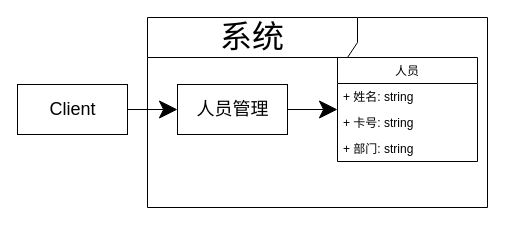
The draw.io diagram packages/再看设计原则/开闭原则/人员继承（前）.drawio in yyc-git/3DProgramPattern, before the edit. Source tidied: cells renumbered, new cells numbered last; positions are measured from the earlier drawing's top-left corner, leaving out a move shared by most shapes. Both pictures are drawn from the tidied source at 100%, with x=0, y=0 at pixel (17, 17).
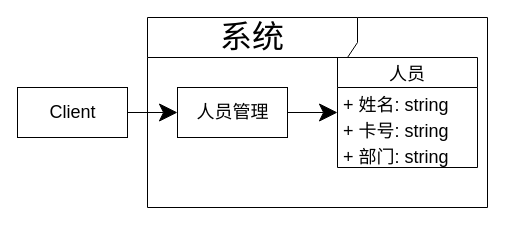
The same diagram, later.

Change to the diagram source:
```diff
@@
 <mxGraphModel>
   <root>
     <mxCell id="0" />
     <mxCell id="1" parent="0" />
     <mxCell id="2" value="&lt;font style=&quot;font-size: 32px&quot;&gt;系统&lt;/font&gt;" style="shape=umlFrame;whiteSpace=wrap;html=1;width=210;height=40;fontSize=32;" parent="1" vertex="1">
       <mxGeometry x="130" width="340" height="190" as="geometry" />
     </mxCell>
-    <mxCell id="3" value="人员" style="swimlane;fontStyle=0;horizontal=1;startSize=26;fillColor=none;" parent="1" vertex="1">
-      <mxGeometry x="320" y="40" width="140" height="104" as="geometry" />
+    <mxCell id="3" value="人员" style="swimlane;fontStyle=0;horizontal=1;startSize=30;fillColor=none;fontSize=18;" parent="1" vertex="1">
+      <mxGeometry x="320" y="40" width="140" height="110" as="geometry" />
     </mxCell>
-    <mxCell id="4" value="+ 姓名: string" style="text;strokeColor=none;fillColor=none;align=left;verticalAlign=top;spacingLeft=4;spacingRight=4;overflow=hidden;" parent="3" vertex="1">
-      <mxGeometry y="26" width="140" height="26" as="geometry" />
+    <mxCell id="4" value="+ 姓名: string" style="text;strokeColor=none;fillColor=none;align=left;verticalAlign=top;spacingLeft=4;spacingRight=4;overflow=hidden;fontSize=18;" parent="3" vertex="1">
+      <mxGeometry y="30" width="140" height="26" as="geometry" />
     </mxCell>
-    <mxCell id="5" value="+ 卡号: string" style="text;strokeColor=none;fillColor=none;align=left;verticalAlign=top;spacingLeft=4;spacingRight=4;overflow=hidden;" parent="3" vertex="1">
-      <mxGeometry y="52" width="140" height="26" as="geometry" />
+    <mxCell id="5" value="+ 卡号: string" style="text;strokeColor=none;fillColor=none;align=left;verticalAlign=top;spacingLeft=4;spacingRight=4;overflow=hidden;fontSize=18;" parent="3" vertex="1">
+      <mxGeometry y="56" width="140" height="26" as="geometry" />
     </mxCell>
-    <mxCell id="6" value="+ 部门: string" style="text;strokeColor=none;fillColor=none;align=left;verticalAlign=top;spacingLeft=4;spacingRight=4;overflow=hidden;" parent="3" vertex="1">
-      <mxGeometry y="78" width="140" height="26" as="geometry" />
+    <mxCell id="6" value="+ 部门: string" style="text;strokeColor=none;fillColor=none;align=left;verticalAlign=top;spacingLeft=4;spacingRight=4;overflow=hidden;fontSize=18;" parent="3" vertex="1">
+      <mxGeometry y="82" width="140" height="28" as="geometry" />
     </mxCell>
     <mxCell id="7" style="edgeStyle=orthogonalEdgeStyle;rounded=0;jettySize=auto;html=1;endSize=16;startSize=16;" parent="1" edge="1" source="8" target="3">
       <mxGeometry relative="1" as="geometry" />
     </mxCell>
     <mxCell id="8" value="人员管理" style="html=1;fontSize=18;" parent="1" vertex="1">
-      <mxGeometry x="160" y="67" width="110" height="50" as="geometry" />
+      <mxGeometry x="160" y="70" width="110" height="50" as="geometry" />
     </mxCell>
     <mxCell id="9" style="edgeStyle=orthogonalEdgeStyle;rounded=0;jettySize=auto;html=1;entryX=0;entryY=0.5;entryDx=0;entryDy=0;endSize=16;startSize=16;" parent="1" edge="1" source="10" target="8">
       <mxGeometry relative="1" as="geometry" />
     </mxCell>
     <mxCell id="10" value="Client" style="html=1;fontSize=18;" parent="1" vertex="1">
-      <mxGeometry y="67" width="110" height="50" as="geometry" />
+      <mxGeometry y="70" width="110" height="50" as="geometry" />
     </mxCell>
   </root>
 </mxGraphModel>
```
